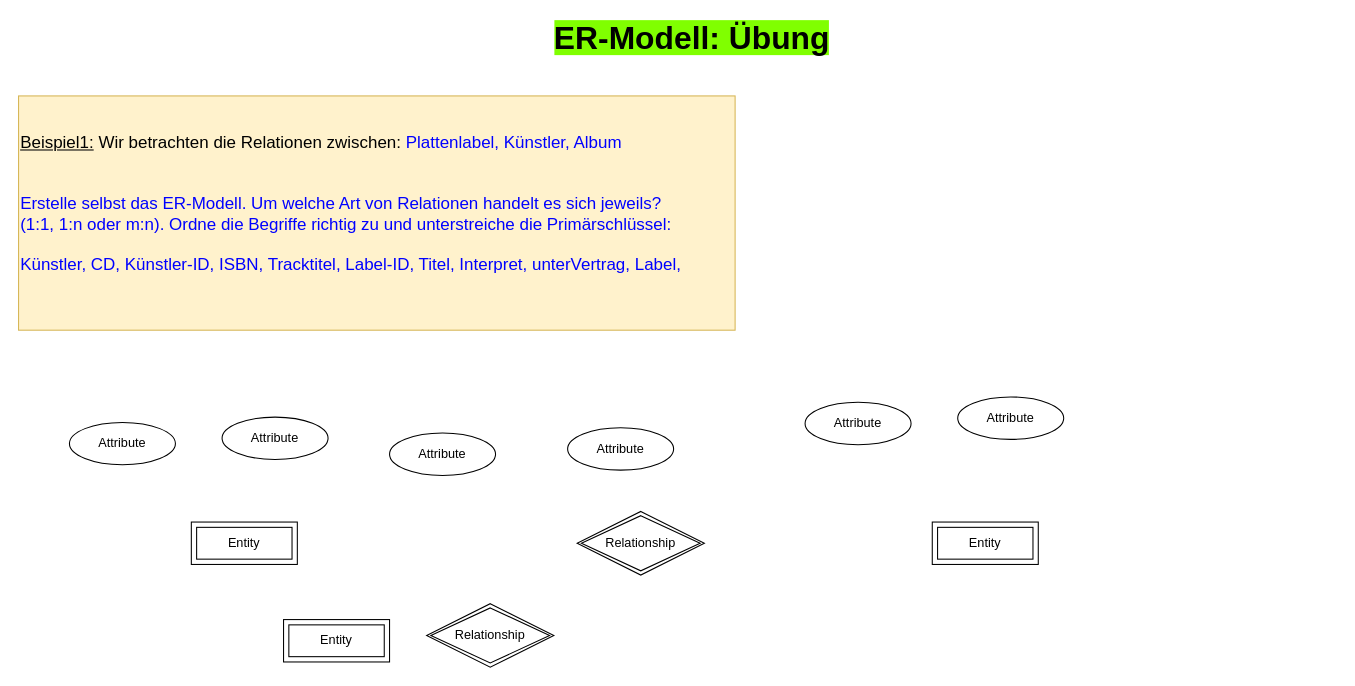
AlteMelberten/DRAWIO keeps this draw.io diagram as page "Bsp3_Plattenlabel" (3 of 4) of ER-Modell_Beispiele.drawio. Above is the earlier version. Source tidied: cells renumbered, new cells numbered last; positions are measured from the earlier drawing's top-left corner, leaving out a move shared by most shapes. Both pictures are drawn from the tidied source at 106%, with x=0, y=0 at pixel (18, 21).
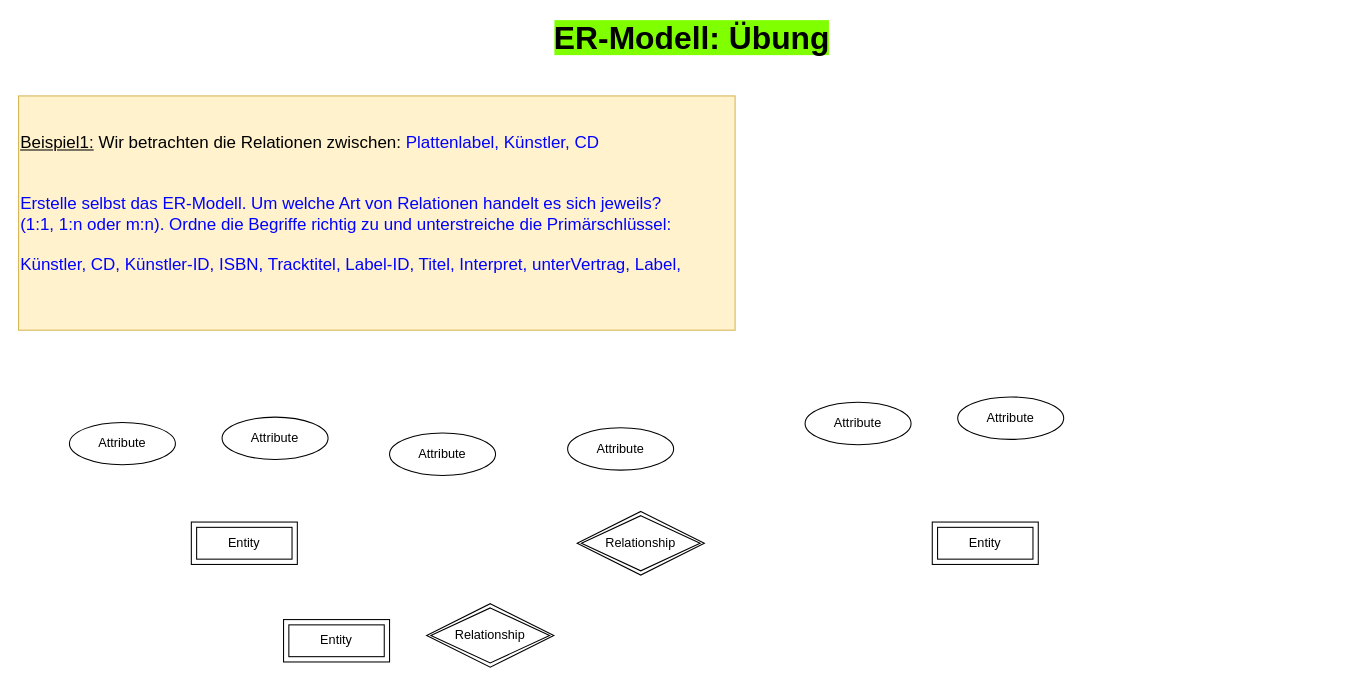
Above is the later version.

Commit message:
Fehler korrigiert

The edit, as a diff of the source:
```diff
@@
 <mxGraphModel>
   <root>
     <mxCell id="0" />
     <mxCell id="1" parent="0" />
     <mxCell id="2" value="&lt;font size=&quot;1&quot;&gt;&lt;b style=&quot;background-color: rgb(128, 255, 0); font-size: 30px;&quot;&gt;ER-Modell: Übung&lt;/b&gt;&lt;/font&gt;" style="text;html=1;align=center;verticalAlign=middle;whiteSpace=wrap;rounded=0;fontSize=16;" parent="1" vertex="1">
       <mxGeometry x="28" width="1215" height="30" as="geometry" />
     </mxCell>
-    <mxCell id="3" value="&lt;div align=&quot;left&quot;&gt;&lt;u&gt;Beispiel1:&lt;/u&gt; Wir betrachten die Relationen zwischen: &lt;font color=&quot;#0000ff&quot;&gt;Plattenlabel, Künstler, Album&lt;/font&gt;&lt;br&gt;&lt;/div&gt;&lt;div align=&quot;left&quot;&gt;&lt;br&gt;&lt;br&gt;&lt;font color=&quot;#0000ff&quot;&gt;Erstelle selbst das ER-Modell. Um welche Art von Relationen handelt es sich jeweils? &lt;br&gt;(1:1, 1:n oder m:n). Ordne die Begriffe richtig zu und unterstreiche die Primärschlüssel:&lt;br&gt;&lt;/font&gt;&lt;/div&gt;&lt;div align=&quot;left&quot;&gt;&lt;font color=&quot;#0000ff&quot;&gt;&lt;br&gt;&lt;/font&gt;&lt;/div&gt;&lt;div align=&quot;left&quot;&gt;&lt;font color=&quot;#0000ff&quot;&gt;Künstler, CD, Künstler-ID, ISBN, Tracktitel, Label-ID, Titel, Interpret, unterVertrag, Label,&lt;br&gt;&lt;/font&gt;&lt;br&gt;&lt;/div&gt;" style="text;html=1;align=left;verticalAlign=middle;whiteSpace=wrap;rounded=0;fontSize=16;fillColor=#fff2cc;strokeColor=#d6b656;" parent="1" vertex="1">
+    <mxCell id="3" value="&lt;div align=&quot;left&quot;&gt;&lt;u&gt;Beispiel1:&lt;/u&gt; Wir betrachten die Relationen zwischen: &lt;font color=&quot;#0000ff&quot;&gt;Plattenlabel, Künstler, CD&lt;/font&gt;&lt;br&gt;&lt;/div&gt;&lt;div align=&quot;left&quot;&gt;&lt;br&gt;&lt;br&gt;&lt;font color=&quot;#0000ff&quot;&gt;Erstelle selbst das ER-Modell. Um welche Art von Relationen handelt es sich jeweils? &lt;br&gt;(1:1, 1:n oder m:n). Ordne die Begriffe richtig zu und unterstreiche die Primärschlüssel:&lt;br&gt;&lt;/font&gt;&lt;/div&gt;&lt;div align=&quot;left&quot;&gt;&lt;font color=&quot;#0000ff&quot;&gt;&lt;br&gt;&lt;/font&gt;&lt;/div&gt;&lt;div align=&quot;left&quot;&gt;&lt;font color=&quot;#0000ff&quot;&gt;Künstler, CD, Künstler-ID, ISBN, Tracktitel, Label-ID, Titel, Interpret, unterVertrag, Label,&lt;br&gt;&lt;/font&gt;&lt;br&gt;&lt;/div&gt;" style="text;html=1;align=left;verticalAlign=middle;whiteSpace=wrap;rounded=0;fontSize=16;fillColor=#fff2cc;strokeColor=#d6b656;" parent="1" vertex="1">
       <mxGeometry y="70" width="676" height="221" as="geometry" />
     </mxCell>
     <mxCell id="4" value="Relationship" style="shape=rhombus;double=1;perimeter=rhombusPerimeter;whiteSpace=wrap;html=1;align=center;" parent="1" vertex="1">
       <mxGeometry x="527" y="462" width="120" height="60" as="geometry" />
     </mxCell>
     <mxCell id="5" value="Entity" style="shape=ext;margin=3;double=1;whiteSpace=wrap;html=1;align=center;" parent="1" vertex="1">
       <mxGeometry x="163" y="472" width="100" height="40" as="geometry" />
     </mxCell>
     <mxCell id="6" value="Entity" style="shape=ext;margin=3;double=1;whiteSpace=wrap;html=1;align=center;" parent="1" vertex="1">
       <mxGeometry x="862" y="472" width="100" height="40" as="geometry" />
     </mxCell>
     <mxCell id="7" value="Attribute" style="ellipse;whiteSpace=wrap;html=1;align=center;" parent="1" vertex="1">
       <mxGeometry x="48" y="378" width="100" height="40" as="geometry" />
     </mxCell>
     <mxCell id="8" value="Attribute" style="ellipse;whiteSpace=wrap;html=1;align=center;" parent="1" vertex="1">
       <mxGeometry x="192" y="373" width="100" height="40" as="geometry" />
     </mxCell>
     <mxCell id="9" value="Attribute" style="ellipse;whiteSpace=wrap;html=1;align=center;" parent="1" vertex="1">
       <mxGeometry x="350" y="388" width="100" height="40" as="geometry" />
     </mxCell>
     <mxCell id="10" value="Attribute" style="ellipse;whiteSpace=wrap;html=1;align=center;" parent="1" vertex="1">
       <mxGeometry x="742" y="359" width="100" height="40" as="geometry" />
     </mxCell>
     <mxCell id="11" value="Attribute" style="ellipse;whiteSpace=wrap;html=1;align=center;" parent="1" vertex="1">
       <mxGeometry x="886" y="354" width="100" height="40" as="geometry" />
     </mxCell>
     <mxCell id="12" value="Relationship" style="shape=rhombus;double=1;perimeter=rhombusPerimeter;whiteSpace=wrap;html=1;align=center;" parent="1" vertex="1">
       <mxGeometry x="385" y="549" width="120" height="60" as="geometry" />
     </mxCell>
     <mxCell id="13" value="Entity" style="shape=ext;margin=3;double=1;whiteSpace=wrap;html=1;align=center;" parent="1" vertex="1">
       <mxGeometry x="250" y="564" width="100" height="40" as="geometry" />
     </mxCell>
     <mxCell id="14" value="Attribute" style="ellipse;whiteSpace=wrap;html=1;align=center;" parent="1" vertex="1">
       <mxGeometry x="518" y="383" width="100" height="40" as="geometry" />
     </mxCell>
   </root>
 </mxGraphModel>
```
